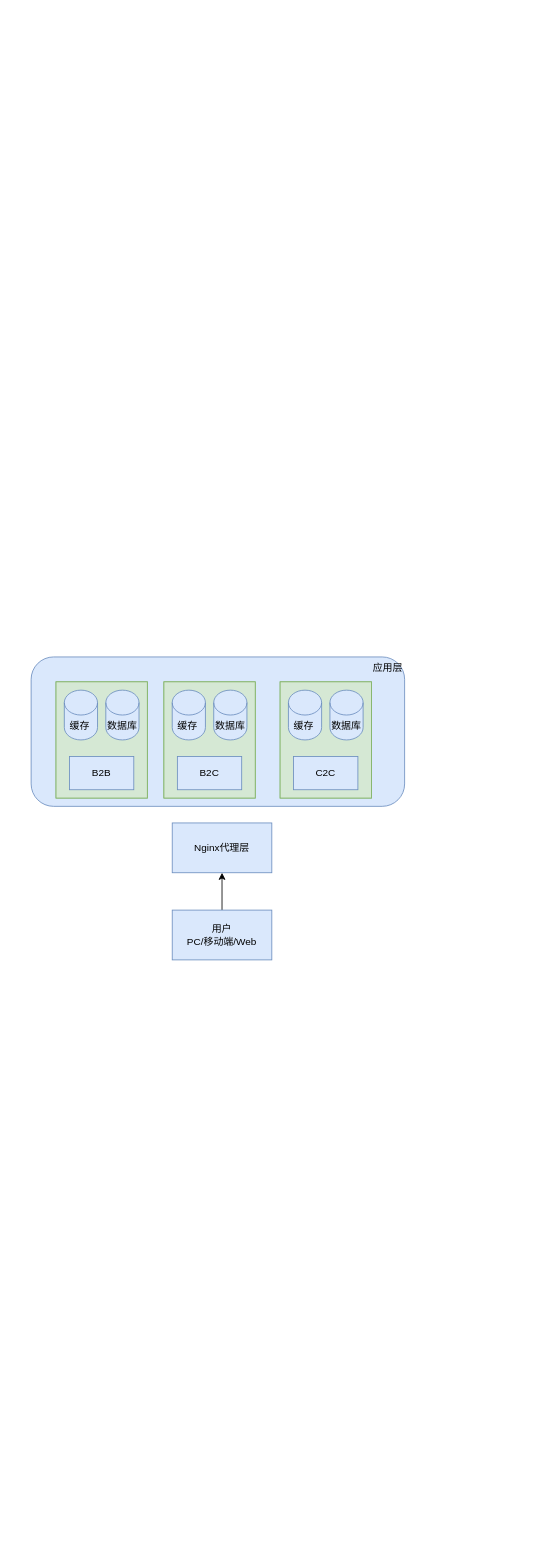
Above: 单体应用.drawio in wei63w/ArchitectureDiagram (draw.io), before the change. Source tidied: cells renumbered, new cells numbered last; positions are measured from the earlier drawing's top-left corner, leaving out a move shared by most shapes. Both pictures are drawn from the tidied source at 83%, with x=0, y=0 at pixel (31, 657).
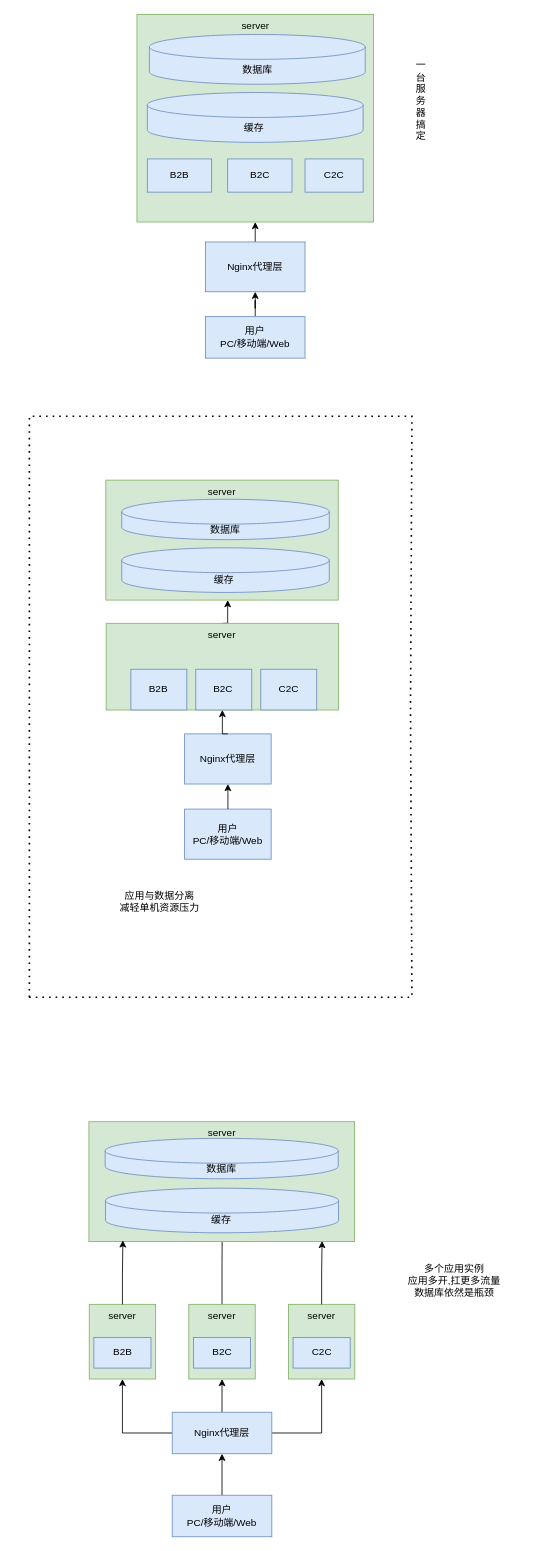
The same page after the edit.

Commit message (it also covers changes not shown here):
更新单体应用.drawio

Change to the diagram source:
```diff
@@
-    <mxCell id="2" style="edgeStyle=orthogonalEdgeStyle;rounded=0;jettySize=auto;html=1;entryX=0.5;entryY=1;entryDx=0;entryDy=0;" parent="1" edge="1" source="3" target="4">
-      <mxGeometry relative="1" as="geometry" />
-    </mxCell>
-    <mxCell id="3" value="用户&lt;div&gt;PC/移动端/Web&lt;/div&gt;" style="rounded=0;whiteSpace=wrap;html=1;fillColor=#dae8fc;strokeColor=#6c8ebf;" parent="1" vertex="1">
-      <mxGeometry x="170" y="305" width="120" height="60" as="geometry" />
-    </mxCell>
-    <mxCell id="4" value="Nginx代理层" style="rounded=0;whiteSpace=wrap;html=1;fillColor=#dae8fc;strokeColor=#6c8ebf;" parent="1" vertex="1">
-      <mxGeometry x="170" y="200" width="120" height="60" as="geometry" />
-    </mxCell>
-    <mxCell id="5" value="应用层" style="rounded=1;whiteSpace=wrap;html=1;align=right;verticalAlign=top;fillColor=#dae8fc;strokeColor=#6c8ebf;" parent="1" vertex="1">
-      <mxGeometry width="450" height="180" as="geometry" />
-    </mxCell>
-    <mxCell id="6" style="group;fillColor=#d5e8d4;strokeColor=#82b366;" parent="1" vertex="1">
-      <mxGeometry x="30" y="30" width="110" height="140" as="geometry" />
-    </mxCell>
+    <mxCell id="21" style="group;" parent="1" vertex="1">
+      <mxGeometry x="-20" y="-280" width="600" height="700" as="geometry" />
+    </mxCell>
+    <mxCell id="22" style="endArrow=none;dashed=1;html=1;dashPattern=1 3;strokeWidth=2;rounded=0;" parent="21" edge="1">
+      <mxGeometry relative="1" as="geometry">
+        <mxPoint x="17.9" y="690" as="sourcePoint" />
+        <mxPoint x="478.8" y="690" as="targetPoint" />
+        <Array as="points">
+          <mxPoint x="17.9" y="-10" />
+          <mxPoint x="478.8" y="-10" />
+          <mxPoint x="477.1" y="342.5" />
+        </Array>
+      </mxGeometry>
+    </mxCell>
+    <mxCell id="23" style="endArrow=none;dashed=1;html=1;dashPattern=1 3;strokeWidth=2;rounded=0;" parent="21" edge="1">
+      <mxGeometry relative="1" as="geometry">
+        <mxPoint x="17.5" y="690" as="sourcePoint" />
+        <mxPoint x="479.2" y="690" as="targetPoint" />
+      </mxGeometry>
+    </mxCell>
+    <mxCell id="24" style="group;" parent="21" vertex="1">
+      <mxGeometry x="130.4" y="251.8" width="260" height="104.4" as="geometry" />
+    </mxCell>
+    <mxCell id="25" style="edgeStyle=orthogonalEdgeStyle;rounded=0;jettySize=auto;html=1;exitX=0.5;exitY=0;exitDx=0;exitDy=0;" parent="24" edge="1" source="7">
+      <mxGeometry relative="1" as="geometry">
+        <mxPoint x="126.4" y="-40.3" as="targetPoint" />
+      </mxGeometry>
+    </mxCell>
-    <mxCell id="7" style="rounded=0;whiteSpace=wrap;html=1;fillColor=#d5e8d4;strokeColor=#82b366;" parent="6" vertex="1">
-      <mxGeometry width="110" height="140" as="geometry" />
+    <mxCell id="7" value="server" style="rounded=0;whiteSpace=wrap;html=1;fillColor=#d5e8d4;strokeColor=#82b366;verticalAlign=top;" parent="24" vertex="1">
+      <mxGeometry x="-20" y="-12.3" width="280" height="104.4" as="geometry" />
     </mxCell>
-    <mxCell id="8" value="B2B" style="rounded=0;whiteSpace=wrap;html=1;fillColor=#dae8fc;strokeColor=#6c8ebf;" parent="6" vertex="1">
-      <mxGeometry x="16.2" y="90" width="77.5" height="40" as="geometry" />
-    </mxCell>
-    <mxCell id="9" value="缓存&lt;span style=&quot;white-space: pre;&quot;&gt;&#9;&lt;/span&gt;" style="shape=cylinder3;whiteSpace=wrap;html=1;boundedLbl=1;backgroundOutline=1;size=15;fillColor=#dae8fc;strokeColor=#6c8ebf;" parent="6" vertex="1">
-      <mxGeometry x="10" y="10" width="40" height="60" as="geometry" />
-    </mxCell>
-    <mxCell id="10" value="数据库" style="shape=cylinder3;whiteSpace=wrap;html=1;boundedLbl=1;backgroundOutline=1;size=15;fillColor=#dae8fc;strokeColor=#6c8ebf;" parent="6" vertex="1">
-      <mxGeometry x="60" y="10" width="40" height="60" as="geometry" />
-    </mxCell>
-    <mxCell id="11" style="group;fillColor=#d5e8d4;strokeColor=#82b366;" parent="1" vertex="1">
-      <mxGeometry x="160" y="30" width="110" height="140" as="geometry" />
-    </mxCell>
-    <mxCell id="12" style="rounded=0;whiteSpace=wrap;html=1;fillColor=#d5e8d4;strokeColor=#82b366;" parent="11" vertex="1">
-      <mxGeometry width="110" height="140" as="geometry" />
-    </mxCell>
-    <mxCell id="13" value="B2C" style="rounded=0;whiteSpace=wrap;html=1;fillColor=#dae8fc;strokeColor=#6c8ebf;" parent="11" vertex="1">
-      <mxGeometry x="16.2" y="90" width="77.5" height="40" as="geometry" />
-    </mxCell>
-    <mxCell id="14" value="缓存&lt;span style=&quot;white-space: pre;&quot;&gt;&#9;&lt;/span&gt;" style="shape=cylinder3;whiteSpace=wrap;html=1;boundedLbl=1;backgroundOutline=1;size=15;fillColor=#dae8fc;strokeColor=#6c8ebf;" parent="11" vertex="1">
-      <mxGeometry x="10" y="10" width="40" height="60" as="geometry" />
-    </mxCell>
-    <mxCell id="15" value="数据库" style="shape=cylinder3;whiteSpace=wrap;html=1;boundedLbl=1;backgroundOutline=1;size=15;fillColor=#dae8fc;strokeColor=#6c8ebf;" parent="11" vertex="1">
-      <mxGeometry x="60" y="10" width="40" height="60" as="geometry" />
-    </mxCell>
-    <mxCell id="16" style="group;fillColor=#d5e8d4;strokeColor=#82b366;" parent="1" vertex="1">
-      <mxGeometry x="300" y="30" width="110" height="140" as="geometry" />
-    </mxCell>
-    <mxCell id="17" style="rounded=0;whiteSpace=wrap;html=1;fillColor=#d5e8d4;strokeColor=#82b366;" parent="16" vertex="1">
-      <mxGeometry width="110" height="140" as="geometry" />
-    </mxCell>
-    <mxCell id="18" value="C2C" style="rounded=0;whiteSpace=wrap;html=1;fillColor=#dae8fc;strokeColor=#6c8ebf;" parent="16" vertex="1">
-      <mxGeometry x="16.2" y="90" width="77.5" height="40" as="geometry" />
-    </mxCell>
+    <mxCell id="26" value="B2B" style="rounded=0;whiteSpace=wrap;html=1;fillColor=#dae8fc;strokeColor=#6c8ebf;" parent="24" vertex="1">
+      <mxGeometry x="9.8" y="43" width="67.4" height="49.1" as="geometry" />
+    </mxCell>
+    <mxCell id="27" value="B2C" style="rounded=0;whiteSpace=wrap;html=1;fillColor=#dae8fc;strokeColor=#6c8ebf;" parent="24" vertex="1">
+      <mxGeometry x="88" y="43" width="67.4" height="49.1" as="geometry" />
+    </mxCell>
+    <mxCell id="28" value="C2C" style="rounded=0;whiteSpace=wrap;html=1;fillColor=#dae8fc;strokeColor=#6c8ebf;" parent="24" vertex="1">
+      <mxGeometry x="166.3" y="43" width="67.4" height="49.1" as="geometry" />
+    </mxCell>
+    <mxCell id="29" style="group;" parent="21" vertex="1">
+      <mxGeometry x="110" y="36.8" width="280" height="174.7" as="geometry" />
+    </mxCell>
+    <mxCell id="30" value="server" style="rounded=0;whiteSpace=wrap;html=1;fillColor=#d5e8d4;strokeColor=#82b366;verticalAlign=top;" parent="29" vertex="1">
+      <mxGeometry y="30.2" width="280" height="144.5" as="geometry" />
+    </mxCell>
-    <mxCell id="19" value="缓存&lt;span style=&quot;white-space: pre;&quot;&gt;&#9;&lt;/span&gt;" style="shape=cylinder3;whiteSpace=wrap;html=1;boundedLbl=1;backgroundOutline=1;size=15;fillColor=#dae8fc;strokeColor=#6c8ebf;" parent="16" vertex="1">
-      <mxGeometry x="10" y="10" width="40" height="60" as="geometry" />
+    <mxCell id="19" value="缓存&lt;span style=&quot;white-space: pre;&quot;&gt;&#9;&lt;/span&gt;" style="shape=cylinder3;whiteSpace=wrap;html=1;boundedLbl=1;backgroundOutline=1;size=15;fillColor=#dae8fc;strokeColor=#6c8ebf;" parent="29" vertex="1">
+      <mxGeometry x="19.2" y="111.7" width="250" height="53.8" as="geometry" />
     </mxCell>
-    <mxCell id="20" value="数据库" style="shape=cylinder3;whiteSpace=wrap;html=1;boundedLbl=1;backgroundOutline=1;size=15;fillColor=#dae8fc;strokeColor=#6c8ebf;" parent="16" vertex="1">
-      <mxGeometry x="60" y="10" width="40" height="60" as="geometry" />
+    <mxCell id="20" value="数据库" style="shape=cylinder3;whiteSpace=wrap;html=1;boundedLbl=1;backgroundOutline=1;size=15;fillColor=#dae8fc;strokeColor=#6c8ebf;" parent="29" vertex="1">
+      <mxGeometry x="19.2" y="53.2" width="250" height="48.7" as="geometry" />
     </mxCell>
+    <mxCell id="4" value="Nginx代理层" style="rounded=0;whiteSpace=wrap;html=1;fillColor=#dae8fc;strokeColor=#6c8ebf;" parent="21" vertex="1">
+      <mxGeometry x="204.9" y="372.7" width="104.3" height="60.4" as="geometry" />
+    </mxCell>
+    <mxCell id="31" style="edgeStyle=orthogonalEdgeStyle;rounded=0;jettySize=auto;html=1;exitX=0.5;exitY=0;exitDx=0;exitDy=0;entryX=0.5;entryY=1;entryDx=0;entryDy=0;" parent="21" edge="1" source="4" target="7">
+      <mxGeometry relative="1" as="geometry">
+        <Array as="points">
+          <mxPoint x="250" y="373" />
+        </Array>
+      </mxGeometry>
+    </mxCell>
+    <mxCell id="3" value="用户&lt;div&gt;PC/移动端/Web&lt;/div&gt;" style="rounded=0;whiteSpace=wrap;html=1;fillColor=#dae8fc;strokeColor=#6c8ebf;" parent="21" vertex="1">
+      <mxGeometry x="204.9" y="463.3" width="104.3" height="60.4" as="geometry" />
+    </mxCell>
+    <mxCell id="2" style="edgeStyle=orthogonalEdgeStyle;rounded=0;jettySize=auto;html=1;entryX=0.5;entryY=1;entryDx=0;entryDy=0;" parent="21" edge="1" source="3" target="4">
+      <mxGeometry relative="1" as="geometry" />
+    </mxCell>
+    <mxCell id="32" value="应用与数据分离&lt;div&gt;减轻单机资源压力&lt;/div&gt;" style="text;html=1;whiteSpace=wrap;strokeColor=none;fillColor=none;align=center;verticalAlign=middle;rounded=0;" parent="21" vertex="1">
+      <mxGeometry x="110" y="560" width="130" height="30" as="geometry" />
+    </mxCell>
+    <mxCell id="33" style="edgeStyle=orthogonalEdgeStyle;rounded=0;jettySize=auto;html=1;entryX=0.5;entryY=1;entryDx=0;entryDy=0;" parent="1" edge="1" source="34" target="36">
+      <mxGeometry relative="1" as="geometry" />
+    </mxCell>
+    <mxCell id="34" value="用户&lt;div&gt;PC/移动端/Web&lt;/div&gt;" style="rounded=0;whiteSpace=wrap;html=1;fillColor=#dae8fc;strokeColor=#6c8ebf;" parent="1" vertex="1">
+      <mxGeometry x="210" y="-410" width="120" height="50" as="geometry" />
+    </mxCell>
+    <mxCell id="35" style="edgeStyle=orthogonalEdgeStyle;rounded=0;jettySize=auto;html=1;exitX=0.5;exitY=0;exitDx=0;exitDy=0;entryX=0.5;entryY=1;entryDx=0;entryDy=0;" parent="1" edge="1" source="36" target="37">
+      <mxGeometry relative="1" as="geometry" />
+    </mxCell>
+    <mxCell id="36" value="Nginx代理层" style="rounded=0;whiteSpace=wrap;html=1;fillColor=#dae8fc;strokeColor=#6c8ebf;" parent="1" vertex="1">
+      <mxGeometry x="210" y="-500" width="120" height="60" as="geometry" />
+    </mxCell>
+    <mxCell id="37" value="&lt;font&gt;server&lt;/font&gt;" style="rounded=0;whiteSpace=wrap;html=1;fillColor=#d5e8d4;strokeColor=#82b366;align=center;verticalAlign=top;" parent="1" vertex="1">
+      <mxGeometry x="127.5" y="-774" width="285" height="250" as="geometry" />
+    </mxCell>
+    <mxCell id="38" style="group;" parent="1" vertex="1">
+      <mxGeometry x="140" y="-750" width="262.5" height="190" as="geometry" />
+    </mxCell>
+    <mxCell id="39" value="B2B" style="rounded=0;whiteSpace=wrap;html=1;fillColor=#dae8fc;strokeColor=#6c8ebf;" parent="38" vertex="1">
+      <mxGeometry y="150" width="77.5" height="40" as="geometry" />
+    </mxCell>
+    <mxCell id="40" value="B2C" style="rounded=0;whiteSpace=wrap;html=1;fillColor=#dae8fc;strokeColor=#6c8ebf;" parent="38" vertex="1">
+      <mxGeometry x="96.8" y="150" width="77.5" height="40" as="geometry" />
+    </mxCell>
+    <mxCell id="41" value="C2C" style="rounded=0;whiteSpace=wrap;html=1;fillColor=#dae8fc;strokeColor=#6c8ebf;" parent="38" vertex="1">
+      <mxGeometry x="190" y="150" width="70" height="40" as="geometry" />
+    </mxCell>
+    <mxCell id="42" value="缓存&lt;span style=&quot;white-space: pre;&quot;&gt;&#9;&lt;/span&gt;" style="shape=cylinder3;whiteSpace=wrap;html=1;boundedLbl=1;backgroundOutline=1;size=15;fillColor=#dae8fc;strokeColor=#6c8ebf;" parent="38" vertex="1">
+      <mxGeometry y="70" width="260" height="60" as="geometry" />
+    </mxCell>
+    <mxCell id="43" value="数据库" style="shape=cylinder3;whiteSpace=wrap;html=1;boundedLbl=1;backgroundOutline=1;size=15;fillColor=#dae8fc;strokeColor=#6c8ebf;" parent="38" vertex="1">
+      <mxGeometry x="2.5" width="260" height="60" as="geometry" />
+    </mxCell>
+    <mxCell id="44" value="一台服务器搞定" style="text;html=1;whiteSpace=wrap;strokeColor=none;fillColor=none;align=center;verticalAlign=middle;rounded=0;" parent="1" vertex="1">
+      <mxGeometry x="460" y="-760" width="20" height="180" as="geometry" />
+    </mxCell>
+    <mxCell id="45" style="edgeStyle=orthogonalEdgeStyle;rounded=0;jettySize=auto;html=1;exitX=0.5;exitY=0;exitDx=0;exitDy=0;entryX=0.5;entryY=1;entryDx=0;entryDy=0;" parent="1" edge="1" source="46" target="51">
+      <mxGeometry relative="1" as="geometry" />
+    </mxCell>
+    <mxCell id="46" value="用户&lt;div&gt;PC/移动端/Web&lt;/div&gt;" style="rounded=0;whiteSpace=wrap;html=1;fillColor=#dae8fc;strokeColor=#6c8ebf;" parent="1" vertex="1">
+      <mxGeometry x="170" y="1010" width="120" height="50" as="geometry" />
+    </mxCell>
+    <mxCell id="47" style="edgeStyle=orthogonalEdgeStyle;rounded=0;jettySize=auto;html=1;exitX=0.5;exitY=0;exitDx=0;exitDy=0;" parent="1" edge="1" source="51">
+      <mxGeometry relative="1" as="geometry">
+        <mxPoint x="230.3" y="909.8" as="targetPoint" />
+      </mxGeometry>
+    </mxCell>
+    <mxCell id="48" style="edgeStyle=orthogonalEdgeStyle;rounded=0;jettySize=auto;html=1;exitX=0;exitY=0.5;exitDx=0;exitDy=0;entryX=0.5;entryY=1;entryDx=0;entryDy=0;" parent="1" edge="1" source="51" target="53">
+      <mxGeometry relative="1" as="geometry" />
+    </mxCell>
+    <mxCell id="49" style="edgeStyle=orthogonalEdgeStyle;rounded=0;jettySize=auto;html=1;exitX=0.5;exitY=0;exitDx=0;exitDy=0;entryX=0.5;entryY=1;entryDx=0;entryDy=0;" parent="1" edge="1" source="51" target="57">
+      <mxGeometry relative="1" as="geometry" />
+    </mxCell>
+    <mxCell id="50" style="edgeStyle=orthogonalEdgeStyle;rounded=0;jettySize=auto;html=1;exitX=1;exitY=0.5;exitDx=0;exitDy=0;entryX=0.5;entryY=1;entryDx=0;entryDy=0;" parent="1" edge="1" source="51" target="60">
+      <mxGeometry relative="1" as="geometry" />
+    </mxCell>
+    <mxCell id="51" value="Nginx代理层" style="rounded=0;whiteSpace=wrap;html=1;fillColor=#dae8fc;strokeColor=#6c8ebf;" parent="1" vertex="1">
+      <mxGeometry x="170" y="910" width="120" height="50" as="geometry" />
+    </mxCell>
+    <mxCell id="52" style="group;" parent="1" vertex="1">
+      <mxGeometry x="70" y="780" width="80" height="90" as="geometry" />
+    </mxCell>
+    <mxCell id="53" value="server" style="rounded=0;whiteSpace=wrap;html=1;fillColor=#d5e8d4;strokeColor=#82b366;verticalAlign=top;" parent="52" vertex="1">
+      <mxGeometry width="80" height="90" as="geometry" />
+    </mxCell>
+    <mxCell id="54" value="B2B" style="rounded=0;whiteSpace=wrap;html=1;fillColor=#dae8fc;strokeColor=#6c8ebf;" parent="52" vertex="1">
+      <mxGeometry x="5.6" y="40" width="68.8" height="36.8" as="geometry" />
+    </mxCell>
+    <mxCell id="55" style="group;" parent="1" vertex="1">
+      <mxGeometry x="190" y="780" width="80" height="90" as="geometry" />
+    </mxCell>
+    <mxCell id="56" style="edgeStyle=orthogonalEdgeStyle;rounded=0;jettySize=auto;html=1;exitX=0.5;exitY=0;exitDx=0;exitDy=0;" parent="55" edge="1" source="57">
+      <mxGeometry relative="1" as="geometry">
+        <mxPoint x="40.3" y="-100" as="targetPoint" />
+      </mxGeometry>
+    </mxCell>
+    <mxCell id="57" value="server" style="rounded=0;whiteSpace=wrap;html=1;fillColor=#d5e8d4;strokeColor=#82b366;verticalAlign=top;" parent="55" vertex="1">
+      <mxGeometry width="80" height="90" as="geometry" />
+    </mxCell>
+    <mxCell id="58" value="B2C" style="rounded=0;whiteSpace=wrap;html=1;fillColor=#dae8fc;strokeColor=#6c8ebf;" parent="55" vertex="1">
+      <mxGeometry x="5.6" y="40" width="68.8" height="36.8" as="geometry" />
+    </mxCell>
+    <mxCell id="59" style="group;" parent="1" vertex="1">
+      <mxGeometry x="310" y="780" width="80" height="90" as="geometry" />
+    </mxCell>
+    <mxCell id="60" value="server" style="rounded=0;whiteSpace=wrap;html=1;fillColor=#d5e8d4;strokeColor=#82b366;verticalAlign=top;" parent="59" vertex="1">
+      <mxGeometry width="80" height="90" as="geometry" />
+    </mxCell>
+    <mxCell id="61" value="C2C" style="rounded=0;whiteSpace=wrap;html=1;fillColor=#dae8fc;strokeColor=#6c8ebf;" parent="59" vertex="1">
+      <mxGeometry x="5.6" y="40" width="68.8" height="36.8" as="geometry" />
+    </mxCell>
+    <mxCell id="62" style="group;" parent="1" vertex="1">
+      <mxGeometry x="69.6" y="560" width="320" height="144.5" as="geometry" />
+    </mxCell>
+    <mxCell id="63" value="server" style="rounded=0;whiteSpace=wrap;html=1;fillColor=#d5e8d4;strokeColor=#82b366;verticalAlign=top;" parent="62" vertex="1">
+      <mxGeometry width="320" height="144.4" as="geometry" />
+    </mxCell>
+    <mxCell id="64" value="缓存&lt;span style=&quot;white-space: pre;&quot;&gt;&#9;&lt;/span&gt;" style="shape=cylinder3;whiteSpace=wrap;html=1;boundedLbl=1;backgroundOutline=1;size=15;fillColor=#dae8fc;strokeColor=#6c8ebf;" parent="62" vertex="1">
+      <mxGeometry x="20" y="80" width="280.8" height="53.8" as="geometry" />
+    </mxCell>
+    <mxCell id="65" value="数据库" style="shape=cylinder3;whiteSpace=wrap;html=1;boundedLbl=1;backgroundOutline=1;size=15;fillColor=#dae8fc;strokeColor=#6c8ebf;" parent="62" vertex="1">
+      <mxGeometry x="19.6" y="20" width="280.8" height="48.7" as="geometry" />
+    </mxCell>
+    <mxCell id="66" style="edgeStyle=orthogonalEdgeStyle;rounded=0;jettySize=auto;html=1;exitX=0.5;exitY=0;exitDx=0;exitDy=0;entryX=0.878;entryY=0.995;entryDx=0;entryDy=0;entryPerimeter=0;" parent="1" edge="1" source="60" target="63">
+      <mxGeometry relative="1" as="geometry" />
+    </mxCell>
+    <mxCell id="67" style="edgeStyle=orthogonalEdgeStyle;rounded=0;jettySize=auto;html=1;exitX=0.5;exitY=0;exitDx=0;exitDy=0;entryX=0.128;entryY=0.99;entryDx=0;entryDy=0;entryPerimeter=0;" parent="1" edge="1" source="53" target="63">
+      <mxGeometry relative="1" as="geometry" />
+    </mxCell>
+    <mxCell id="68" value="多个应用实例&lt;div&gt;应用多开,扛更多流量&lt;/div&gt;&lt;div&gt;数据库依然是瓶颈&lt;/div&gt;" style="text;html=1;whiteSpace=wrap;strokeColor=none;fillColor=none;align=center;verticalAlign=middle;rounded=0;" parent="1" vertex="1">
+      <mxGeometry x="430" y="724.5" width="160" height="55.5" as="geometry" />
+    </mxCell>
```
